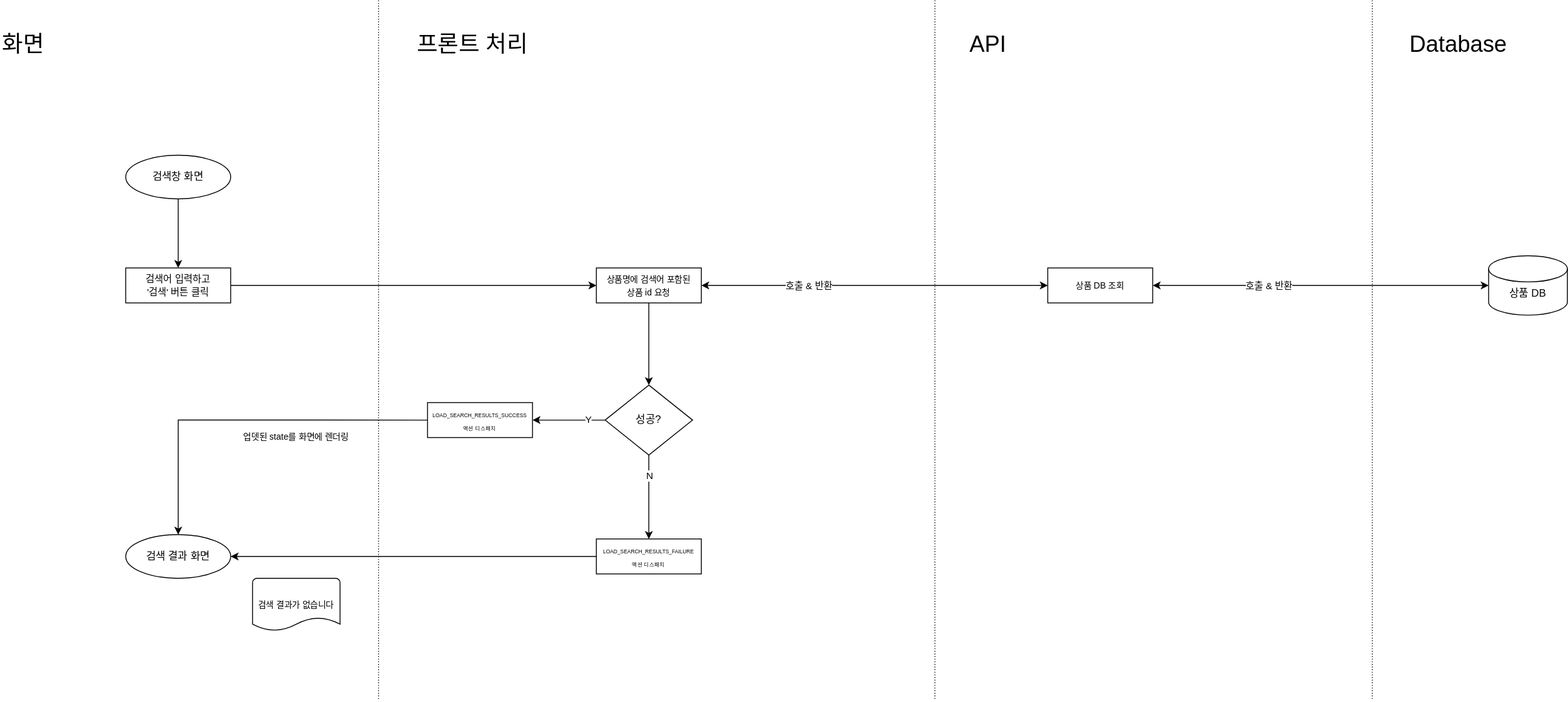
Earlier version of the draw.io export docs/2. 설계/2.2 소프트웨어 설계/2.2.3 플로차트/상품 검색.svg (sarifor/cart-connect-market). Source tidied: cells renumbered, new cells last; positions are measured from the earlier drawing's top-left corner, leaving out a move shared by most shapes.
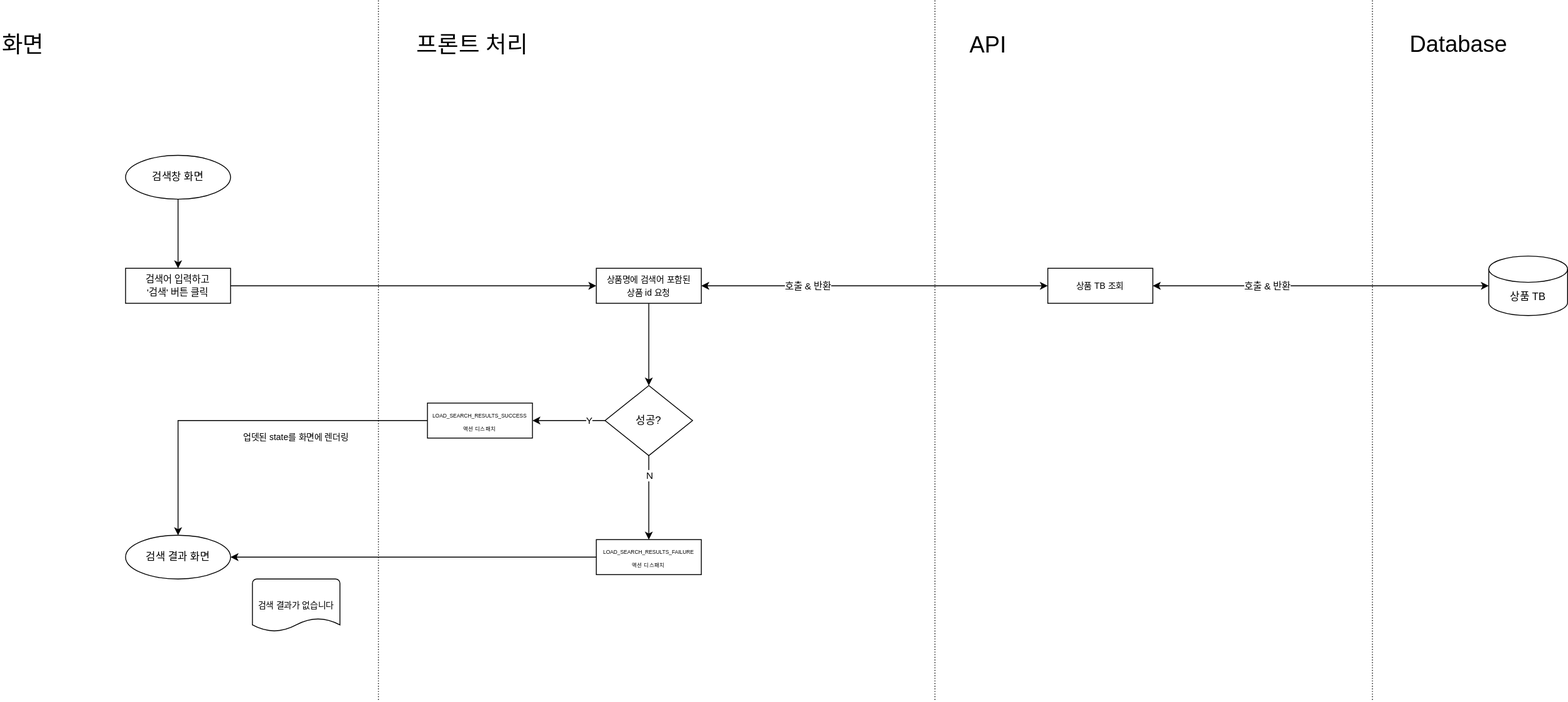
After the commit.

Diff of the diagram source:
```diff
@@ -72,10 +72,10 @@
     <mxCell id="22" value="호출 &amp;amp; 반환" style="edgeLabel;html=1;align=center;verticalAlign=middle;" parent="21" vertex="1">
       <mxGeometry x="-0.32" relative="1" as="geometry" />
     </mxCell>
-    <mxCell id="23" value="&lt;span style=&quot;font-size: 10px;&quot;&gt;상품 DB 조회&lt;/span&gt;" style="rounded=0;whiteSpace=wrap;html=1;fontSize=12;glass=0;strokeWidth=1;shadow=0;" parent="1" vertex="1">
+    <mxCell id="23" value="&lt;span style=&quot;font-size: 10px;&quot;&gt;상품 TB 조회&lt;/span&gt;" style="rounded=0;whiteSpace=wrap;html=1;fontSize=12;glass=0;strokeWidth=1;shadow=0;" parent="1" vertex="1">
       <mxGeometry x="1197" y="306" width="120" height="40" as="geometry" />
     </mxCell>
-    <mxCell id="24" value="상품 DB" style="shape=cylinder3;whiteSpace=wrap;html=1;boundedLbl=1;backgroundOutline=1;size=15;" parent="1" vertex="1">
+    <mxCell id="24" value="상품 TB" style="shape=cylinder3;whiteSpace=wrap;html=1;boundedLbl=1;backgroundOutline=1;size=15;" parent="1" vertex="1">
       <mxGeometry x="1701" y="292" width="90" height="68" as="geometry" />
     </mxCell>
     <mxCell id="25" style="edgeStyle=orthogonalEdgeStyle;rounded=0;jettySize=auto;html=1;entryX=1;entryY=0.5;entryDx=0;entryDy=0;exitX=0;exitY=0.5;exitDx=0;exitDy=0;" parent="1" edge="1" source="26" target="27">
```
